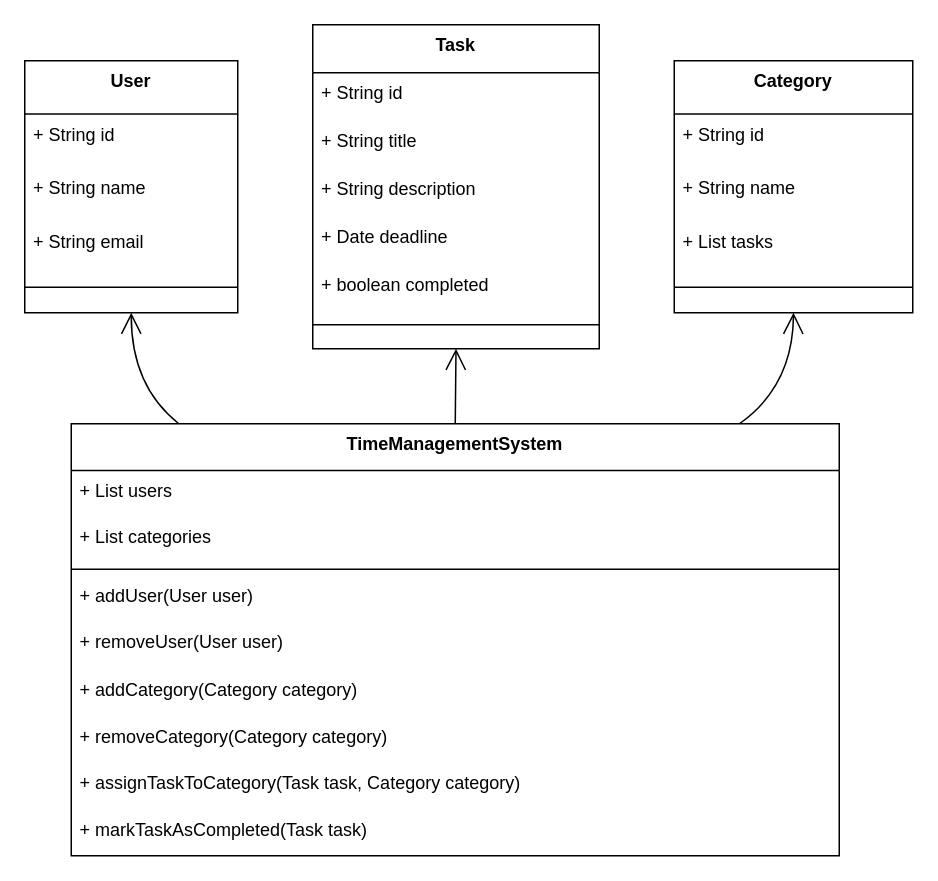
The draw.io diagram databaseDiagram/Untitled Diagram.drawio in parinya-ao/databaseMidtermProject, before the edit. Source tidied: cells renumbered, new cells numbered last; positions are measured from the earlier drawing's top-left corner, leaving out a move shared by most shapes. Both pictures are drawn from the tidied source at 150%, with x=0, y=0 at pixel (24, 24).
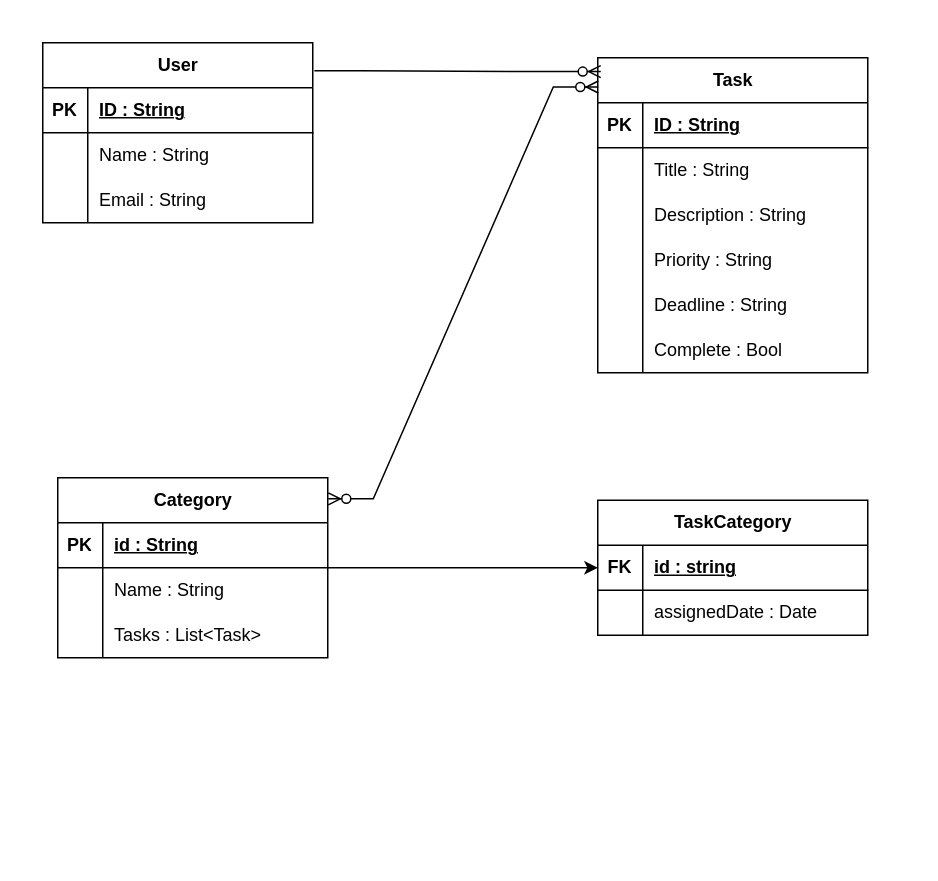
The same diagram, later.

The edit, as a diff of the source:
```diff
@@
-    <mxCell id="2" value="User" style="swimlane;fontStyle=1;align=center;verticalAlign=top;horizontal=1;startSize=35.55555555555556;" parent="1" vertex="1">
-      <mxGeometry y="24" width="142" height="168" as="geometry" />
+    <mxCell id="2" value="User" style="shape=table;startSize=30;childLayout=tableLayout;rowLines=0;fontStyle=1;align=center;html=1;" parent="1" vertex="1">
+      <mxGeometry x="12" y="12" width="180" height="120" as="geometry" />
     </mxCell>
-    <mxCell id="3" value="+ String id" style="text;strokeColor=none;fillColor=none;align=left;verticalAlign=top;spacingLeft=4;spacingRight=4;overflow=hidden;" parent="2" vertex="1">
-      <mxGeometry y="36" width="142" height="36" as="geometry" />
-    </mxCell>
-    <mxCell id="4" value="+ String name" style="text;strokeColor=none;fillColor=none;align=left;verticalAlign=top;spacingLeft=4;spacingRight=4;overflow=hidden;" parent="2" vertex="1">
-      <mxGeometry y="71" width="142" height="36" as="geometry" />
-    </mxCell>
-    <mxCell id="5" value="+ String email" style="text;strokeColor=none;fillColor=none;align=left;verticalAlign=top;spacingLeft=4;spacingRight=4;overflow=hidden;" parent="2" vertex="1">
-      <mxGeometry y="107" width="142" height="36" as="geometry" />
-    </mxCell>
-    <mxCell id="6" style="line;strokeWidth=1;fillColor=none;align=left;verticalAlign=middle;spacingTop=-1;spacingLeft=3;spacingRight=3;labelPosition=right;strokeColor=inherit;" parent="2" vertex="1">
-      <mxGeometry y="142" width="142" height="18" as="geometry" />
-    </mxCell>
+    <mxCell id="32" style="shape=tableRow;horizontal=0;startSize=0;swimlaneHead=0;swimlaneBody=0;fillColor=none;top=0;left=0;right=0;bottom=1;" parent="2" vertex="1">
+      <mxGeometry y="30" width="180" height="30" as="geometry" />
+    </mxCell>
+    <mxCell id="33" value="PK" style="shape=partialRectangle;fillColor=none;top=0;left=0;bottom=0;right=0;fontStyle=1;overflow=hidden;whiteSpace=wrap;html=1;" parent="32" vertex="1">
+      <mxGeometry width="30" height="30" as="geometry" />
+    </mxCell>
+    <mxCell id="34" value="ID : String" style="shape=partialRectangle;fillColor=none;top=0;left=0;bottom=0;right=0;align=left;spacingLeft=6;fontStyle=5;overflow=hidden;whiteSpace=wrap;html=1;" parent="32" vertex="1">
+      <mxGeometry x="30" width="150" height="30" as="geometry" />
+    </mxCell>
+    <mxCell id="35" style="shape=tableRow;horizontal=0;startSize=0;swimlaneHead=0;swimlaneBody=0;fillColor=none;top=0;left=0;right=0;bottom=0;" parent="2" vertex="1">
+      <mxGeometry y="60" width="180" height="30" as="geometry" />
+    </mxCell>
+    <mxCell id="36" style="shape=partialRectangle;fillColor=none;top=0;left=0;bottom=0;right=0;overflow=hidden;whiteSpace=wrap;html=1;" parent="35" vertex="1">
+      <mxGeometry width="30" height="30" as="geometry" />
+    </mxCell>
+    <mxCell id="37" value="Name : String" style="shape=partialRectangle;fillColor=none;top=0;left=0;bottom=0;right=0;align=left;spacingLeft=6;overflow=hidden;whiteSpace=wrap;html=1;" parent="35" vertex="1">
+      <mxGeometry x="30" width="150" height="30" as="geometry" />
+    </mxCell>
+    <mxCell id="38" style="shape=tableRow;horizontal=0;startSize=0;swimlaneHead=0;swimlaneBody=0;fillColor=none;top=0;left=0;right=0;bottom=0;" parent="2" vertex="1">
+      <mxGeometry y="90" width="180" height="30" as="geometry" />
+    </mxCell>
+    <mxCell id="39" style="shape=partialRectangle;fillColor=none;top=0;left=0;bottom=0;right=0;overflow=hidden;whiteSpace=wrap;html=1;" parent="38" vertex="1">
+      <mxGeometry width="30" height="30" as="geometry" />
+    </mxCell>
+    <mxCell id="40" value="Email : String" style="shape=partialRectangle;fillColor=none;top=0;left=0;bottom=0;right=0;align=left;spacingLeft=6;overflow=hidden;whiteSpace=wrap;html=1;" parent="38" vertex="1">
+      <mxGeometry x="30" width="150" height="30" as="geometry" />
+    </mxCell>
+    <mxCell id="41" style="shape=tableRow;horizontal=0;startSize=0;swimlaneHead=0;swimlaneBody=0;fillColor=none;top=0;left=0;right=0;bottom=0;" parent="1" vertex="1">
+      <mxGeometry x="372" y="142" width="180" height="30" as="geometry" />
+    </mxCell>
-    <mxCell id="7" value="Task" style="swimlane;fontStyle=1;align=center;verticalAlign=top;horizontal=1;startSize=32;" parent="1" vertex="1">
-      <mxGeometry x="192" width="191" height="216" as="geometry" />
+    <mxCell id="7" value="Task" style="shape=table;startSize=30;childLayout=tableLayout;rowLines=0;fontStyle=1;align=center;html=1;" parent="1" vertex="1">
+      <mxGeometry x="382" y="22" width="180" height="210" as="geometry" />
     </mxCell>
-    <mxCell id="8" value="+ String id" style="text;strokeColor=none;fillColor=none;align=left;verticalAlign=top;spacingLeft=4;spacingRight=4;overflow=hidden;" parent="7" vertex="1">
-      <mxGeometry y="32" width="191" height="32" as="geometry" />
-    </mxCell>
-    <mxCell id="9" value="+ String title" style="text;strokeColor=none;fillColor=none;align=left;verticalAlign=top;spacingLeft=4;spacingRight=4;overflow=hidden;" parent="7" vertex="1">
-      <mxGeometry y="64" width="191" height="32" as="geometry" />
-    </mxCell>
-    <mxCell id="10" value="+ String description" style="text;strokeColor=none;fillColor=none;align=left;verticalAlign=top;spacingLeft=4;spacingRight=4;overflow=hidden;" parent="7" vertex="1">
-      <mxGeometry y="96" width="191" height="32" as="geometry" />
-    </mxCell>
-    <mxCell id="11" value="+ Date deadline" style="text;strokeColor=none;fillColor=none;align=left;verticalAlign=top;spacingLeft=4;spacingRight=4;overflow=hidden;" parent="7" vertex="1">
-      <mxGeometry y="128" width="191" height="32" as="geometry" />
-    </mxCell>
-    <mxCell id="12" value="+ boolean completed" style="text;strokeColor=none;fillColor=none;align=left;verticalAlign=top;spacingLeft=4;spacingRight=4;overflow=hidden;" parent="7" vertex="1">
-      <mxGeometry y="160" width="191" height="32" as="geometry" />
-    </mxCell>
-    <mxCell id="13" style="line;strokeWidth=1;fillColor=none;align=left;verticalAlign=middle;spacingTop=-1;spacingLeft=3;spacingRight=3;labelPosition=right;strokeColor=inherit;" parent="7" vertex="1">
-      <mxGeometry y="192" width="191" height="16" as="geometry" />
-    </mxCell>
+    <mxCell id="42" style="shape=tableRow;horizontal=0;startSize=0;swimlaneHead=0;swimlaneBody=0;fillColor=none;top=0;left=0;right=0;bottom=1;" parent="7" vertex="1">
+      <mxGeometry y="30" width="180" height="30" as="geometry" />
+    </mxCell>
+    <mxCell id="43" value="PK" style="shape=partialRectangle;fillColor=none;top=0;left=0;bottom=0;right=0;fontStyle=1;overflow=hidden;whiteSpace=wrap;html=1;" parent="42" vertex="1">
+      <mxGeometry width="30" height="30" as="geometry" />
+    </mxCell>
+    <mxCell id="44" value="ID : String" style="shape=partialRectangle;fillColor=none;top=0;left=0;bottom=0;right=0;align=left;spacingLeft=6;fontStyle=5;overflow=hidden;whiteSpace=wrap;html=1;" parent="42" vertex="1">
+      <mxGeometry x="30" width="150" height="30" as="geometry" />
+    </mxCell>
+    <mxCell id="45" style="shape=tableRow;horizontal=0;startSize=0;swimlaneHead=0;swimlaneBody=0;fillColor=none;top=0;left=0;right=0;bottom=0;" parent="7" vertex="1">
+      <mxGeometry y="60" width="180" height="30" as="geometry" />
+    </mxCell>
+    <mxCell id="46" style="shape=partialRectangle;fillColor=none;top=0;left=0;bottom=0;right=0;overflow=hidden;whiteSpace=wrap;html=1;" parent="45" vertex="1">
+      <mxGeometry width="30" height="30" as="geometry" />
+    </mxCell>
+    <mxCell id="47" value="Title : String" style="shape=partialRectangle;fillColor=none;top=0;left=0;bottom=0;right=0;align=left;spacingLeft=6;overflow=hidden;whiteSpace=wrap;html=1;" parent="45" vertex="1">
+      <mxGeometry x="30" width="150" height="30" as="geometry" />
+    </mxCell>
+    <mxCell id="48" style="shape=tableRow;horizontal=0;startSize=0;swimlaneHead=0;swimlaneBody=0;fillColor=none;top=0;left=0;right=0;bottom=0;" parent="7" vertex="1">
+      <mxGeometry y="90" width="180" height="30" as="geometry" />
+    </mxCell>
+    <mxCell id="49" style="shape=partialRectangle;fillColor=none;top=0;left=0;bottom=0;right=0;overflow=hidden;whiteSpace=wrap;html=1;" parent="48" vertex="1">
+      <mxGeometry width="30" height="30" as="geometry" />
+    </mxCell>
+    <mxCell id="50" value="Description : String" style="shape=partialRectangle;fillColor=none;top=0;left=0;bottom=0;right=0;align=left;spacingLeft=6;overflow=hidden;whiteSpace=wrap;html=1;" parent="48" vertex="1">
+      <mxGeometry x="30" width="150" height="30" as="geometry" />
+    </mxCell>
+    <mxCell id="51" style="shape=tableRow;horizontal=0;startSize=0;swimlaneHead=0;swimlaneBody=0;fillColor=none;top=0;left=0;right=0;bottom=0;" parent="7" vertex="1">
+      <mxGeometry y="120" width="180" height="30" as="geometry" />
+    </mxCell>
+    <mxCell id="52" style="shape=partialRectangle;fillColor=none;top=0;left=0;bottom=0;right=0;overflow=hidden;whiteSpace=wrap;html=1;" parent="51" vertex="1">
+      <mxGeometry width="30" height="30" as="geometry" />
+    </mxCell>
+    <mxCell id="53" value="Priority : String" style="shape=partialRectangle;fillColor=none;top=0;left=0;bottom=0;right=0;align=left;spacingLeft=6;overflow=hidden;whiteSpace=wrap;html=1;" parent="51" vertex="1">
+      <mxGeometry x="30" width="150" height="30" as="geometry" />
+    </mxCell>
+    <mxCell id="54" style="shape=tableRow;horizontal=0;startSize=0;swimlaneHead=0;swimlaneBody=0;fillColor=none;top=0;left=0;right=0;bottom=0;" parent="7" vertex="1">
+      <mxGeometry y="150" width="180" height="30" as="geometry" />
+    </mxCell>
+    <mxCell id="55" style="shape=partialRectangle;fillColor=none;top=0;left=0;bottom=0;right=0;overflow=hidden;whiteSpace=wrap;html=1;" parent="54" vertex="1">
+      <mxGeometry width="30" height="30" as="geometry" />
+    </mxCell>
+    <mxCell id="56" value="Deadline : String" style="shape=partialRectangle;fillColor=none;top=0;left=0;bottom=0;right=0;align=left;spacingLeft=6;overflow=hidden;whiteSpace=wrap;html=1;" parent="54" vertex="1">
+      <mxGeometry x="30" width="150" height="30" as="geometry" />
+    </mxCell>
+    <mxCell id="57" style="shape=tableRow;horizontal=0;startSize=0;swimlaneHead=0;swimlaneBody=0;fillColor=none;top=0;left=0;right=0;bottom=0;" parent="7" vertex="1">
+      <mxGeometry y="180" width="180" height="30" as="geometry" />
+    </mxCell>
+    <mxCell id="58" style="shape=partialRectangle;fillColor=none;top=0;left=0;bottom=0;right=0;overflow=hidden;whiteSpace=wrap;html=1;" parent="57" vertex="1">
+      <mxGeometry width="30" height="30" as="geometry" />
+    </mxCell>
+    <mxCell id="59" value="Complete : Bool" style="shape=partialRectangle;fillColor=none;top=0;left=0;bottom=0;right=0;align=left;spacingLeft=6;overflow=hidden;whiteSpace=wrap;html=1;" parent="57" vertex="1">
+      <mxGeometry x="30" width="150" height="30" as="geometry" />
+    </mxCell>
+    <mxCell id="60" style="edgeStyle=orthogonalEdgeStyle;rounded=0;jettySize=auto;html=1;exitX=1;exitY=0.5;exitDx=0;exitDy=0;entryX=0;entryY=0.5;entryDx=0;entryDy=0;" parent="1" edge="1" source="14" target="72">
+      <mxGeometry relative="1" as="geometry" />
+    </mxCell>
-    <mxCell id="14" value="Category" style="swimlane;fontStyle=1;align=center;verticalAlign=top;horizontal=1;startSize=35.55555555555556;" parent="1" vertex="1">
-      <mxGeometry x="433" y="24" width="159" height="168" as="geometry" />
+    <mxCell id="14" value="Category" style="shape=table;startSize=30;childLayout=tableLayout;rowLines=0;fontStyle=1;align=center;html=1;" parent="1" vertex="1">
+      <mxGeometry x="22" y="302" width="180" height="120" as="geometry" />
     </mxCell>
-    <mxCell id="15" value="+ String id" style="text;strokeColor=none;fillColor=none;align=left;verticalAlign=top;spacingLeft=4;spacingRight=4;overflow=hidden;" parent="14" vertex="1">
-      <mxGeometry y="36" width="159" height="36" as="geometry" />
-    </mxCell>
-    <mxCell id="16" value="+ String name" style="text;strokeColor=none;fillColor=none;align=left;verticalAlign=top;spacingLeft=4;spacingRight=4;overflow=hidden;" parent="14" vertex="1">
-      <mxGeometry y="71" width="159" height="36" as="geometry" />
-    </mxCell>
-    <mxCell id="17" value="+ List tasks" style="text;strokeColor=none;fillColor=none;align=left;verticalAlign=top;spacingLeft=4;spacingRight=4;overflow=hidden;" parent="14" vertex="1">
-      <mxGeometry y="107" width="159" height="36" as="geometry" />
-    </mxCell>
-    <mxCell id="18" style="line;strokeWidth=1;fillColor=none;align=left;verticalAlign=middle;spacingTop=-1;spacingLeft=3;spacingRight=3;labelPosition=right;strokeColor=inherit;" parent="14" vertex="1">
-      <mxGeometry y="142" width="159" height="18" as="geometry" />
-    </mxCell>
-    <mxCell id="19" value="TimeManagementSystem" style="swimlane;fontStyle=1;align=center;verticalAlign=top;horizontal=1;startSize=31.11111111111111;" parent="1" vertex="1">
-      <mxGeometry x="31" y="266" width="512" height="288" as="geometry" />
-    </mxCell>
-    <mxCell id="20" value="+ List users" style="text;strokeColor=none;fillColor=none;align=left;verticalAlign=top;spacingLeft=4;spacingRight=4;overflow=hidden;" parent="19" vertex="1">
-      <mxGeometry y="31" width="512" height="31" as="geometry" />
-    </mxCell>
-    <mxCell id="21" value="+ List categories" style="text;strokeColor=none;fillColor=none;align=left;verticalAlign=top;spacingLeft=4;spacingRight=4;overflow=hidden;" parent="19" vertex="1">
-      <mxGeometry y="62" width="512" height="31" as="geometry" />
-    </mxCell>
-    <mxCell id="22" style="line;strokeWidth=1;fillColor=none;align=left;verticalAlign=middle;spacingTop=-1;spacingLeft=3;spacingRight=3;labelPosition=right;strokeColor=inherit;" parent="19" vertex="1">
-      <mxGeometry y="93" width="512" height="8" as="geometry" />
-    </mxCell>
-    <mxCell id="23" value="+ addUser(User user)" style="text;strokeColor=none;fillColor=none;align=left;verticalAlign=top;spacingLeft=4;spacingRight=4;overflow=hidden;" parent="19" vertex="1">
-      <mxGeometry y="101" width="512" height="31" as="geometry" />
-    </mxCell>
-    <mxCell id="24" value="+ removeUser(User user)" style="text;strokeColor=none;fillColor=none;align=left;verticalAlign=top;spacingLeft=4;spacingRight=4;overflow=hidden;" parent="19" vertex="1">
-      <mxGeometry y="132" width="512" height="31" as="geometry" />
-    </mxCell>
-    <mxCell id="25" value="+ addCategory(Category category)" style="text;strokeColor=none;fillColor=none;align=left;verticalAlign=top;spacingLeft=4;spacingRight=4;overflow=hidden;" parent="19" vertex="1">
-      <mxGeometry y="164" width="512" height="31" as="geometry" />
-    </mxCell>
-    <mxCell id="26" value="+ removeCategory(Category category)" style="text;strokeColor=none;fillColor=none;align=left;verticalAlign=top;spacingLeft=4;spacingRight=4;overflow=hidden;" parent="19" vertex="1">
-      <mxGeometry y="195" width="512" height="31" as="geometry" />
-    </mxCell>
-    <mxCell id="27" value="+ assignTaskToCategory(Task task, Category category)" style="text;strokeColor=none;fillColor=none;align=left;verticalAlign=top;spacingLeft=4;spacingRight=4;overflow=hidden;" parent="19" vertex="1">
-      <mxGeometry y="226" width="512" height="31" as="geometry" />
-    </mxCell>
-    <mxCell id="28" value="+ markTaskAsCompleted(Task task)" style="text;strokeColor=none;fillColor=none;align=left;verticalAlign=top;spacingLeft=4;spacingRight=4;overflow=hidden;" parent="19" vertex="1">
-      <mxGeometry y="257" width="512" height="31" as="geometry" />
-    </mxCell>
-    <mxCell id="29" style="curved=1;startArrow=open;startSize=12;endArrow=none;exitX=0.5;exitY=1;entryX=0.14;entryY=0;" parent="1" edge="1" source="2" target="19">
-      <mxGeometry relative="1" as="geometry">
-        <Array as="points">
-          <mxPoint x="71" y="241" />
-        </Array>
-      </mxGeometry>
-    </mxCell>
-    <mxCell id="30" style="curved=1;startArrow=open;startSize=12;endArrow=none;exitX=0.5;exitY=1;entryX=0.5;entryY=0;" parent="1" edge="1" source="7" target="19">
-      <mxGeometry relative="1" as="geometry" />
-    </mxCell>
-    <mxCell id="31" style="curved=1;startArrow=open;startSize=12;endArrow=none;exitX=0.5;exitY=1;entryX=0.87;entryY=0;" parent="1" edge="1" source="14" target="19">
-      <mxGeometry relative="1" as="geometry">
-        <Array as="points">
-          <mxPoint x="512" y="241" />
-        </Array>
-      </mxGeometry>
-    </mxCell>
+    <mxCell id="61" style="shape=tableRow;horizontal=0;startSize=0;swimlaneHead=0;swimlaneBody=0;fillColor=none;top=0;left=0;right=0;bottom=1;" parent="14" vertex="1">
+      <mxGeometry y="30" width="180" height="30" as="geometry" />
+    </mxCell>
+    <mxCell id="62" value="PK" style="shape=partialRectangle;fillColor=none;top=0;left=0;bottom=0;right=0;fontStyle=1;overflow=hidden;whiteSpace=wrap;html=1;" parent="61" vertex="1">
+      <mxGeometry width="30" height="30" as="geometry" />
+    </mxCell>
+    <mxCell id="63" value="id : String" style="shape=partialRectangle;fillColor=none;top=0;left=0;bottom=0;right=0;align=left;spacingLeft=6;fontStyle=5;overflow=hidden;whiteSpace=wrap;html=1;" parent="61" vertex="1">
+      <mxGeometry x="30" width="150" height="30" as="geometry" />
+    </mxCell>
+    <mxCell id="64" style="shape=tableRow;horizontal=0;startSize=0;swimlaneHead=0;swimlaneBody=0;fillColor=none;top=0;left=0;right=0;bottom=0;" parent="14" vertex="1">
+      <mxGeometry y="60" width="180" height="30" as="geometry" />
+    </mxCell>
+    <mxCell id="65" style="shape=partialRectangle;fillColor=none;top=0;left=0;bottom=0;right=0;overflow=hidden;whiteSpace=wrap;html=1;" parent="64" vertex="1">
+      <mxGeometry width="30" height="30" as="geometry" />
+    </mxCell>
+    <mxCell id="66" value="Name : String" style="shape=partialRectangle;fillColor=none;top=0;left=0;bottom=0;right=0;align=left;spacingLeft=6;overflow=hidden;whiteSpace=wrap;html=1;" parent="64" vertex="1">
+      <mxGeometry x="30" width="150" height="30" as="geometry" />
+    </mxCell>
+    <mxCell id="67" style="shape=tableRow;horizontal=0;startSize=0;swimlaneHead=0;swimlaneBody=0;fillColor=none;top=0;left=0;right=0;bottom=0;" parent="14" vertex="1">
+      <mxGeometry y="90" width="180" height="30" as="geometry" />
+    </mxCell>
+    <mxCell id="68" style="shape=partialRectangle;fillColor=none;top=0;left=0;bottom=0;right=0;overflow=hidden;whiteSpace=wrap;html=1;" parent="67" vertex="1">
+      <mxGeometry width="30" height="30" as="geometry" />
+    </mxCell>
+    <mxCell id="69" value="Tasks : List&amp;lt;Task&amp;gt;" style="shape=partialRectangle;fillColor=none;top=0;left=0;bottom=0;right=0;align=left;spacingLeft=6;overflow=hidden;whiteSpace=wrap;html=1;" parent="67" vertex="1">
+      <mxGeometry x="30" width="150" height="30" as="geometry" />
+    </mxCell>
+    <mxCell id="70" style="edgeStyle=entityRelationEdgeStyle;fontSize=12;html=1;endArrow=ERzeroToMany;endFill=1;rounded=0;exitX=1.006;exitY=0.156;exitDx=0;exitDy=0;exitPerimeter=0;entryX=0.011;entryY=0.044;entryDx=0;entryDy=0;entryPerimeter=0;" parent="1" edge="1" source="2" target="7">
+      <mxGeometry relative="1" as="geometry">
+        <Array as="points">
+          <mxPoint x="282" y="62" />
+        </Array>
+      </mxGeometry>
+    </mxCell>
+    <mxCell id="71" value="TaskCategory" style="shape=table;startSize=30;childLayout=tableLayout;rowLines=0;fontStyle=1;align=center;html=1;" parent="1" vertex="1">
+      <mxGeometry x="382" y="317" width="180" height="90" as="geometry" />
+    </mxCell>
+    <mxCell id="72" style="shape=tableRow;horizontal=0;startSize=0;swimlaneHead=0;swimlaneBody=0;fillColor=none;points=[[0,0.5],[1,0.5]];portConstraint=eastwest;top=0;left=0;right=0;bottom=1;" parent="71" vertex="1">
+      <mxGeometry y="30" width="180" height="30" as="geometry" />
+    </mxCell>
+    <mxCell id="73" value="FK" style="shape=partialRectangle;fillColor=none;top=0;left=0;bottom=0;right=0;fontStyle=1;overflow=hidden;whiteSpace=wrap;html=1;" parent="72" vertex="1">
+      <mxGeometry width="30" height="30" as="geometry" />
+    </mxCell>
+    <mxCell id="74" value="id : string" style="shape=partialRectangle;fillColor=none;top=0;left=0;bottom=0;right=0;align=left;spacingLeft=6;fontStyle=5;overflow=hidden;whiteSpace=wrap;html=1;" parent="72" vertex="1">
+      <mxGeometry x="30" width="150" height="30" as="geometry" />
+    </mxCell>
+    <mxCell id="75" style="shape=tableRow;horizontal=0;startSize=0;swimlaneHead=0;swimlaneBody=0;fillColor=none;top=0;left=0;right=0;bottom=0;" parent="71" vertex="1">
+      <mxGeometry y="60" width="180" height="30" as="geometry" />
+    </mxCell>
+    <mxCell id="76" style="shape=partialRectangle;fillColor=none;top=0;left=0;bottom=0;right=0;overflow=hidden;whiteSpace=wrap;html=1;" parent="75" vertex="1">
+      <mxGeometry width="30" height="30" as="geometry" />
+    </mxCell>
+    <mxCell id="77" value="assignedDate : Date" style="shape=partialRectangle;fillColor=none;top=0;left=0;bottom=0;right=0;align=left;spacingLeft=6;overflow=hidden;whiteSpace=wrap;html=1;" parent="75" vertex="1">
+      <mxGeometry x="30" width="150" height="30" as="geometry" />
+    </mxCell>
+    <mxCell id="78" style="edgeStyle=entityRelationEdgeStyle;fontSize=12;html=1;endArrow=ERzeroToMany;endFill=1;startArrow=ERzeroToMany;rounded=0;exitX=1.002;exitY=0.117;exitDx=0;exitDy=0;exitPerimeter=0;entryX=0.002;entryY=0.093;entryDx=0;entryDy=0;entryPerimeter=0;" parent="1" edge="1" source="14" target="7">
+      <mxGeometry relative="1" as="geometry" />
+    </mxCell>
```
